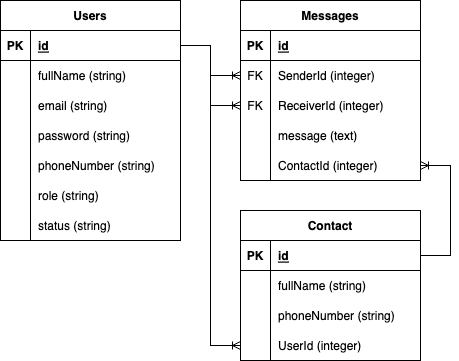
Earlier version of the draw.io export server/ERD.png (joshnatanael/Chatting-Apps). Source tidied: cells renumbered, new cells last; positions are measured from the earlier drawing's top-left corner, leaving out a move shared by most shapes.
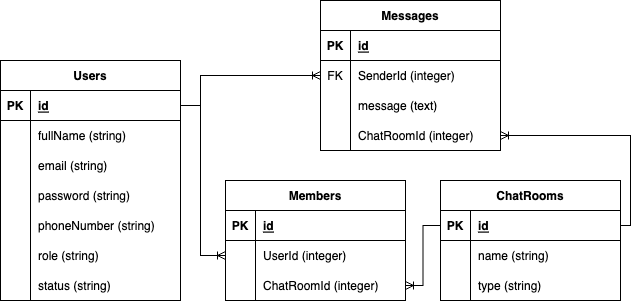
Later version of the same file.

Commit message:
remove contact table, add member and chatroom table

The edit, as a diff of the source:
```diff
@@ -69,7 +69,7 @@
       <mxGeometry x="30" width="150" height="30" as="geometry" />
     </mxCell>
     <mxCell id="24" value="Messages" style="shape=table;startSize=30;rowLines=0;fontStyle=1;align=center;" parent="1" vertex="1">
-      <mxGeometry x="240" width="180" height="180" as="geometry" />
+      <mxGeometry x="320" y="-60" width="180" height="150" as="geometry" />
     </mxCell>
     <mxCell id="25" style="shape=tableRow;horizontal=0;startSize=0;swimlaneHead=0;swimlaneBody=0;fillColor=none;top=0;left=0;right=0;bottom=1;" parent="24" vertex="1">
       <mxGeometry y="30" width="180" height="30" as="geometry" />
@@ -89,17 +89,8 @@
     <mxCell id="30" value="SenderId (integer)" style="shape=partialRectangle;fillColor=none;top=0;left=0;bottom=0;right=0;align=left;spacingLeft=6;overflow=hidden;" parent="28" vertex="1">
       <mxGeometry x="30" width="150" height="30" as="geometry" />
     </mxCell>
-    <mxCell id="31" style="shape=tableRow;horizontal=0;startSize=0;swimlaneHead=0;swimlaneBody=0;fillColor=none;points=[[0,0.5],[1,0.5]];portConstraint=eastwest;top=0;left=0;right=0;bottom=0;" parent="24" vertex="1">
-      <mxGeometry y="90" width="180" height="30" as="geometry" />
-    </mxCell>
-    <mxCell id="32" value="FK" style="shape=partialRectangle;fillColor=none;top=0;left=0;bottom=0;right=0;overflow=hidden;" parent="31" vertex="1">
-      <mxGeometry width="30" height="30" as="geometry" />
-    </mxCell>
-    <mxCell id="33" value="ReceiverId (integer)" style="shape=partialRectangle;fillColor=none;top=0;left=0;bottom=0;right=0;align=left;spacingLeft=6;overflow=hidden;" parent="31" vertex="1">
-      <mxGeometry x="30" width="150" height="30" as="geometry" />
-    </mxCell>
     <mxCell id="34" style="shape=tableRow;horizontal=0;startSize=0;swimlaneHead=0;swimlaneBody=0;fillColor=none;top=0;left=0;right=0;bottom=0;" parent="24" vertex="1">
-      <mxGeometry y="120" width="180" height="30" as="geometry" />
+      <mxGeometry y="90" width="180" height="30" as="geometry" />
     </mxCell>
     <mxCell id="35" style="shape=partialRectangle;fillColor=none;top=0;left=0;bottom=0;right=0;overflow=hidden;" parent="34" vertex="1">
       <mxGeometry width="30" height="30" as="geometry" />
@@ -108,22 +99,24 @@
       <mxGeometry x="30" width="150" height="30" as="geometry" />
     </mxCell>
     <mxCell id="37" style="shape=tableRow;horizontal=0;startSize=0;swimlaneHead=0;swimlaneBody=0;fillColor=none;points=[[0,0.5],[1,0.5]];portConstraint=eastwest;top=0;left=0;right=0;bottom=0;" parent="24" vertex="1">
-      <mxGeometry y="150" width="180" height="30" as="geometry" />
+      <mxGeometry y="120" width="180" height="30" as="geometry" />
     </mxCell>
     <mxCell id="38" style="shape=partialRectangle;fillColor=none;top=0;left=0;bottom=0;right=0;overflow=hidden;" parent="37" vertex="1">
       <mxGeometry width="30" height="30" as="geometry" />
     </mxCell>
-    <mxCell id="39" value="ContactId (integer)" style="shape=partialRectangle;fillColor=none;top=0;left=0;bottom=0;right=0;align=left;spacingLeft=6;overflow=hidden;" parent="37" vertex="1">
+    <mxCell id="39" value="ChatRoomId (integer)" style="shape=partialRectangle;fillColor=none;top=0;left=0;bottom=0;right=0;align=left;spacingLeft=6;overflow=hidden;" parent="37" vertex="1">
       <mxGeometry x="30" width="150" height="30" as="geometry" />
     </mxCell>
-    <mxCell id="40" style="edgeStyle=entityRelationEdgeStyle;fontSize=12;html=1;endArrow=ERoneToMany;rounded=0;exitX=1;exitY=0.5;exitDx=0;exitDy=0;entryX=0;entryY=0.5;entryDx=0;entryDy=0;" parent="1" edge="1" source="3" target="28">
-      <mxGeometry relative="1" as="geometry" />
+    <mxCell id="40" style="edgeStyle=orthogonalEdgeStyle;fontSize=12;html=1;endArrow=ERoneToMany;rounded=0;exitX=1;exitY=0.5;exitDx=0;exitDy=0;entryX=0;entryY=0.5;entryDx=0;entryDy=0;" parent="1" edge="1" source="3" target="28">
+      <mxGeometry relative="1" as="geometry">
+        <Array as="points">
+          <mxPoint x="200" y="45" />
+          <mxPoint x="200" y="15" />
+        </Array>
+      </mxGeometry>
     </mxCell>
-    <mxCell id="41" style="edgeStyle=entityRelationEdgeStyle;fontSize=12;html=1;endArrow=ERoneToMany;rounded=0;exitX=1;exitY=0.5;exitDx=0;exitDy=0;entryX=0;entryY=0.5;entryDx=0;entryDy=0;" parent="1" edge="1" source="3" target="31">
-      <mxGeometry relative="1" as="geometry" />
-    </mxCell>
-    <mxCell id="42" value="Contact" style="shape=table;startSize=30;rowLines=0;fontStyle=1;align=center;" parent="1" vertex="1">
-      <mxGeometry x="240" y="210" width="180" height="150" as="geometry" />
+    <mxCell id="42" value="ChatRooms" style="shape=table;startSize=30;rowLines=0;fontStyle=1;align=center;" parent="1" vertex="1">
+      <mxGeometry x="440" y="120" width="180" height="120" as="geometry" />
     </mxCell>
     <mxCell id="43" style="shape=tableRow;horizontal=0;startSize=0;swimlaneHead=0;swimlaneBody=0;fillColor=none;points=[[0,0.5],[1,0.5]];portConstraint=eastwest;top=0;left=0;right=0;bottom=1;" parent="42" vertex="1">
       <mxGeometry y="30" width="180" height="30" as="geometry" />
@@ -140,7 +133,7 @@
     <mxCell id="47" style="shape=partialRectangle;fillColor=none;top=0;left=0;bottom=0;right=0;overflow=hidden;" parent="46" vertex="1">
       <mxGeometry width="30" height="30" as="geometry" />
     </mxCell>
-    <mxCell id="48" value="fullName (string)" style="shape=partialRectangle;fillColor=none;top=0;left=0;bottom=0;right=0;align=left;spacingLeft=6;overflow=hidden;" parent="46" vertex="1">
+    <mxCell id="48" value="name (string)" style="shape=partialRectangle;fillColor=none;top=0;left=0;bottom=0;right=0;align=left;spacingLeft=6;overflow=hidden;" parent="46" vertex="1">
       <mxGeometry x="30" width="150" height="30" as="geometry" />
     </mxCell>
     <mxCell id="49" style="shape=tableRow;horizontal=0;startSize=0;swimlaneHead=0;swimlaneBody=0;fillColor=none;top=0;left=0;right=0;bottom=0;" parent="42" vertex="1">
@@ -149,22 +142,51 @@
     <mxCell id="50" style="shape=partialRectangle;fillColor=none;top=0;left=0;bottom=0;right=0;overflow=hidden;" parent="49" vertex="1">
       <mxGeometry width="30" height="30" as="geometry" />
     </mxCell>
-    <mxCell id="51" value="phoneNumber (string)" style="shape=partialRectangle;fillColor=none;top=0;left=0;bottom=0;right=0;align=left;spacingLeft=6;overflow=hidden;" parent="49" vertex="1">
+    <mxCell id="51" value="type (string)" style="shape=partialRectangle;fillColor=none;top=0;left=0;bottom=0;right=0;align=left;spacingLeft=6;overflow=hidden;" parent="49" vertex="1">
       <mxGeometry x="30" width="150" height="30" as="geometry" />
     </mxCell>
-    <mxCell id="52" style="shape=tableRow;horizontal=0;startSize=0;swimlaneHead=0;swimlaneBody=0;fillColor=none;points=[[0,0.5],[1,0.5]];portConstraint=eastwest;top=0;left=0;right=0;bottom=0;" parent="42" vertex="1">
-      <mxGeometry y="120" width="180" height="30" as="geometry" />
-    </mxCell>
-    <mxCell id="53" style="shape=partialRectangle;fillColor=none;top=0;left=0;bottom=0;right=0;overflow=hidden;" parent="52" vertex="1">
-      <mxGeometry width="30" height="30" as="geometry" />
-    </mxCell>
+    <mxCell id="57" value="Members" style="shape=table;startSize=30;rowLines=0;fontStyle=1;align=center;" parent="1" vertex="1">
+      <mxGeometry x="225" y="120" width="180" height="120" as="geometry" />
+    </mxCell>
+    <mxCell id="58" style="shape=tableRow;horizontal=0;startSize=0;swimlaneHead=0;swimlaneBody=0;fillColor=none;top=0;left=0;right=0;bottom=1;" parent="57" vertex="1">
+      <mxGeometry y="30" width="180" height="30" as="geometry" />
+    </mxCell>
+    <mxCell id="59" value="PK" style="shape=partialRectangle;fillColor=none;top=0;left=0;bottom=0;right=0;fontStyle=1;overflow=hidden;" parent="58" vertex="1">
+      <mxGeometry width="30" height="30" as="geometry" />
+    </mxCell>
+    <mxCell id="60" value="id" style="shape=partialRectangle;fillColor=none;top=0;left=0;bottom=0;right=0;align=left;spacingLeft=6;fontStyle=5;overflow=hidden;" parent="58" vertex="1">
+      <mxGeometry x="30" width="150" height="30" as="geometry" />
+    </mxCell>
+    <mxCell id="61" style="shape=tableRow;horizontal=0;startSize=0;swimlaneHead=0;swimlaneBody=0;fillColor=none;points=[[0,0.5],[1,0.5]];portConstraint=eastwest;top=0;left=0;right=0;bottom=0;" parent="57" vertex="1">
+      <mxGeometry y="60" width="180" height="30" as="geometry" />
+    </mxCell>
+    <mxCell id="62" style="shape=partialRectangle;fillColor=none;top=0;left=0;bottom=0;right=0;overflow=hidden;" parent="61" vertex="1">
+      <mxGeometry width="30" height="30" as="geometry" />
+    </mxCell>
-    <mxCell id="54" value="UserId (integer)" style="shape=partialRectangle;fillColor=none;top=0;left=0;bottom=0;right=0;align=left;spacingLeft=6;overflow=hidden;" parent="52" vertex="1">
+    <mxCell id="54" value="UserId (integer)" style="shape=partialRectangle;fillColor=none;top=0;left=0;bottom=0;right=0;align=left;spacingLeft=6;overflow=hidden;" parent="61" vertex="1">
       <mxGeometry x="30" width="150" height="30" as="geometry" />
     </mxCell>
-    <mxCell id="55" style="edgeStyle=entityRelationEdgeStyle;fontSize=12;html=1;endArrow=ERoneToMany;rounded=0;exitX=1;exitY=0.5;exitDx=0;exitDy=0;entryX=0;entryY=0.5;entryDx=0;entryDy=0;" parent="1" edge="1" source="3" target="52">
-      <mxGeometry relative="1" as="geometry" />
-    </mxCell>
+    <mxCell id="31" style="shape=tableRow;horizontal=0;startSize=0;swimlaneHead=0;swimlaneBody=0;fillColor=none;points=[[0,0.5],[1,0.5]];portConstraint=eastwest;top=0;left=0;right=0;bottom=0;" parent="57" vertex="1">
+      <mxGeometry y="90" width="180" height="30" as="geometry" />
+    </mxCell>
+    <mxCell id="63" style="shape=partialRectangle;fillColor=none;top=0;left=0;bottom=0;right=0;overflow=hidden;" parent="31" vertex="1">
+      <mxGeometry width="30" height="30" as="geometry" />
+    </mxCell>
+    <mxCell id="64" value="ChatRoomId (integer)" style="shape=partialRectangle;fillColor=none;top=0;left=0;bottom=0;right=0;align=left;spacingLeft=6;overflow=hidden;" parent="31" vertex="1">
+      <mxGeometry x="30" width="150" height="30" as="geometry" />
+    </mxCell>
+    <mxCell id="65" style="edgeStyle=orthogonalEdgeStyle;fontSize=12;html=1;endArrow=ERoneToMany;rounded=0;exitX=1;exitY=0.5;exitDx=0;exitDy=0;entryX=0;entryY=0.5;entryDx=0;entryDy=0;" parent="1" edge="1" source="3" target="61">
+      <mxGeometry relative="1" as="geometry">
+        <Array as="points">
+          <mxPoint x="200" y="45" />
+          <mxPoint x="200" y="195" />
+        </Array>
+      </mxGeometry>
+    </mxCell>
+    <mxCell id="66" style="edgeStyle=orthogonalEdgeStyle;fontSize=12;html=1;endArrow=ERoneToMany;rounded=0;exitX=0;exitY=0.5;exitDx=0;exitDy=0;entryX=1;entryY=0.5;entryDx=0;entryDy=0;" parent="1" edge="1" source="43" target="31">
+      <mxGeometry relative="1" as="geometry" />
+    </mxCell>
-    <mxCell id="56" style="edgeStyle=entityRelationEdgeStyle;fontSize=12;html=1;endArrow=ERoneToMany;rounded=0;exitX=1;exitY=0.5;exitDx=0;exitDy=0;entryX=1;entryY=0.5;entryDx=0;entryDy=0;" parent="1" edge="1" source="43" target="37">
+    <mxCell id="56" style="edgeStyle=orthogonalEdgeStyle;fontSize=12;html=1;endArrow=ERoneToMany;rounded=0;exitX=1;exitY=0.5;exitDx=0;exitDy=0;entryX=1;entryY=0.5;entryDx=0;entryDy=0;" parent="1" edge="1" source="43" target="37">
       <mxGeometry relative="1" as="geometry" />
     </mxCell>
   </root>
```
